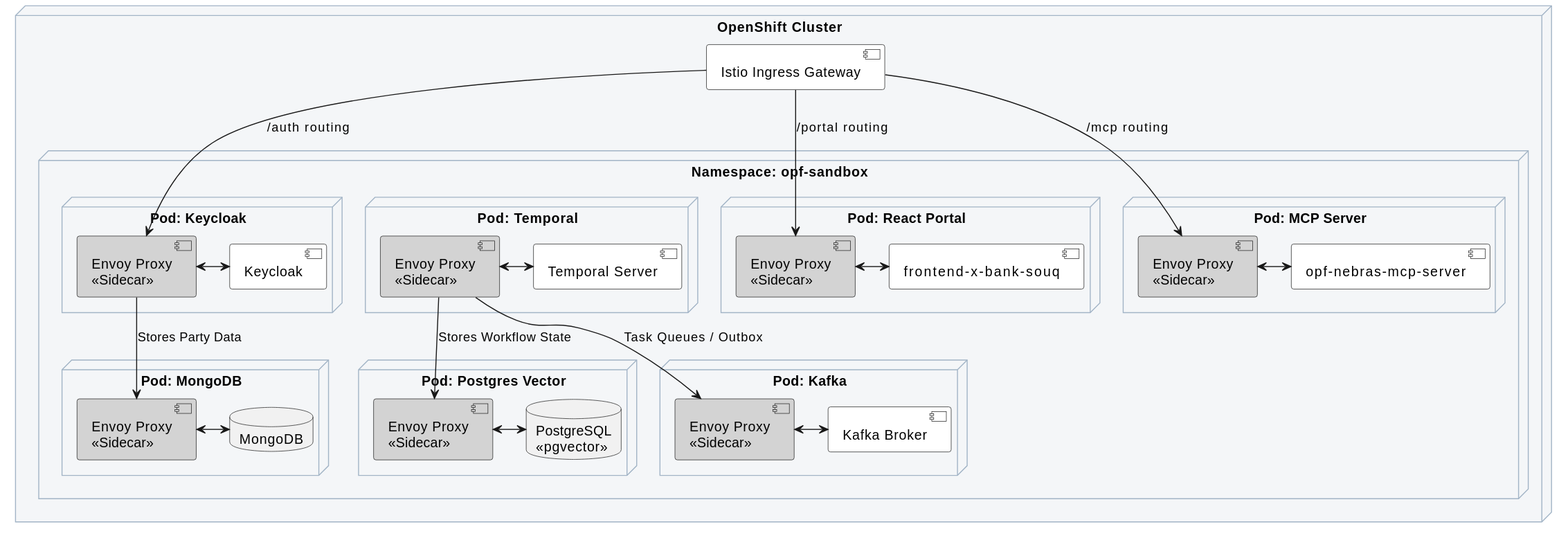
Earlier version of the PlantUML export docs/diagrams/Deployment_Sandbox.svg (COPUR/OPF-Agentive-Platform).
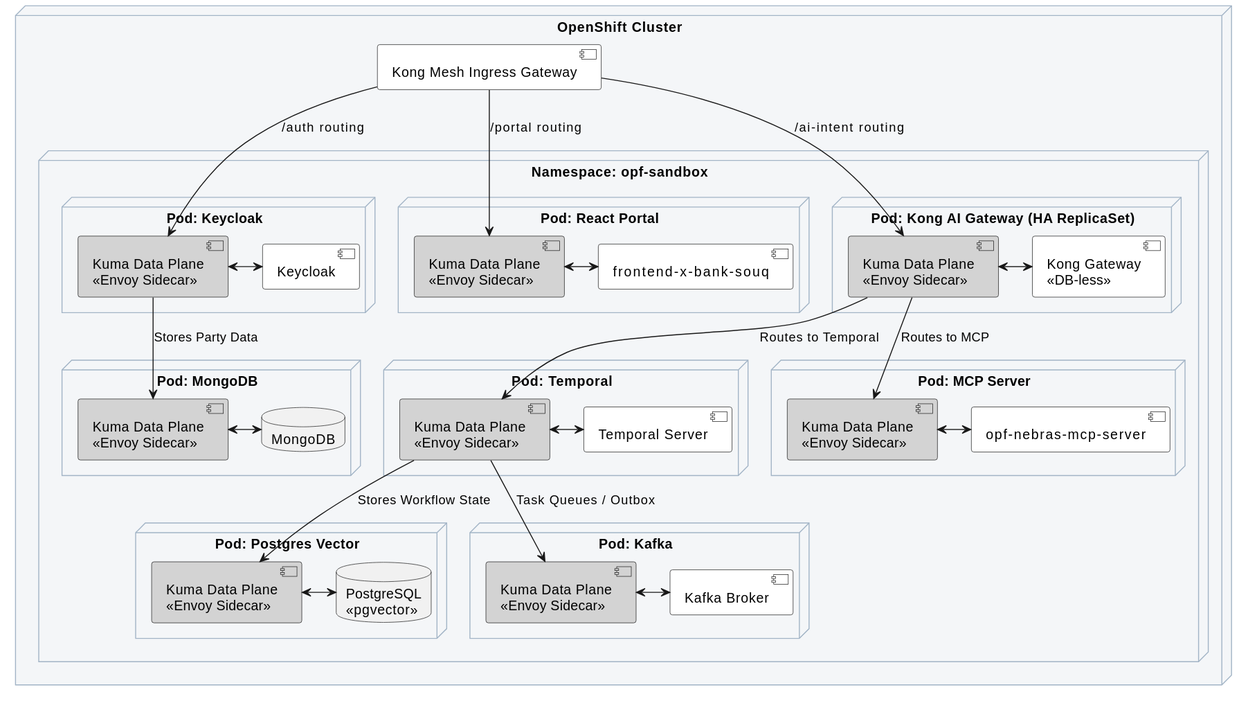
After the change.

Commit message:
docs: replace Istio Service Mesh with Kong Mesh (Kuma) in diagrams and architecture

Change to the diagram source:
```diff
@@ -9,54 +9,62 @@
 
 node "OpenShift Cluster" as k8s {
 
-    component "Istio Ingress Gateway" as ingress
+    component "Kong Mesh Ingress Gateway" as ingress
 
     node "Namespace: opf-sandbox" {
 
         node "Pod: Keycloak" {
-            component "Envoy Proxy\n<<Sidecar>>" as e1 #lightgrey
+            component "Kuma Data Plane\n<<Envoy Sidecar>>" as e1 #lightgrey
             component "Keycloak" as kc
             e1 <-> kc
         }
 
         node "Pod: MongoDB" {
-            component "Envoy Proxy\n<<Sidecar>>" as e2 #lightgrey
+            component "Kuma Data Plane\n<<Envoy Sidecar>>" as e2 #lightgrey
             database "MongoDB" as mongo
             e2 <-> mongo
         }
 
         node "Pod: Temporal" {
-            component "Envoy Proxy\n<<Sidecar>>" as e3 #lightgrey
+            component "Kuma Data Plane\n<<Envoy Sidecar>>" as e3 #lightgrey
             component "Temporal Server" as temp
             e3 <-> temp
         }
 
         node "Pod: Postgres Vector" {
-            component "Envoy Proxy\n<<Sidecar>>" as e4 #lightgrey
+            component "Kuma Data Plane\n<<Envoy Sidecar>>" as e4 #lightgrey
             database "PostgreSQL\n<<pgvector>>" as pg
             e4 <-> pg
         }
 
         node "Pod: Kafka" {
-            component "Envoy Proxy\n<<Sidecar>>" as e5 #lightgrey
+            component "Kuma Data Plane\n<<Envoy Sidecar>>" as e5 #lightgrey
             component "Kafka Broker" as kafka
             e5 <-> kafka
         }
         node "Pod: React Portal" {
-            component "Envoy Proxy\n<<Sidecar>>" as e6 #lightgrey
+            component "Kuma Data Plane\n<<Envoy Sidecar>>" as e6 #lightgrey
             component "frontend-x-bank-souq" as portal
             e6 <-> portal
         }
 
+        node "Pod: Kong AI Gateway (HA ReplicaSet)" {
+            component "Kuma Data Plane\n<<Envoy Sidecar>>" as ek #lightgrey
+            component "Kong Gateway\n<<DB-less>>" as kong
+            ek <-> kong
+        }
+
         node "Pod: MCP Server" {
-            component "Envoy Proxy\n<<Sidecar>>" as e7 #lightgrey
+            component "Kuma Data Plane\n<<Envoy Sidecar>>" as e7 #lightgrey
             component "opf-nebras-mcp-server" as mcp
             e7 <-> mcp
         }
     }
 
     ingress --> e6 : /portal routing
-    ingress --> e7 : /mcp routing
+    ingress --> ek : /ai-intent routing
+    ek --> e7 : Routes to MCP
+    ek --> e3 : Routes to Temporal
     ingress --> e1 : /auth routing
     e1 --> e2 : Stores Party Data
     e3 --> e4 : Stores Workflow State
```
